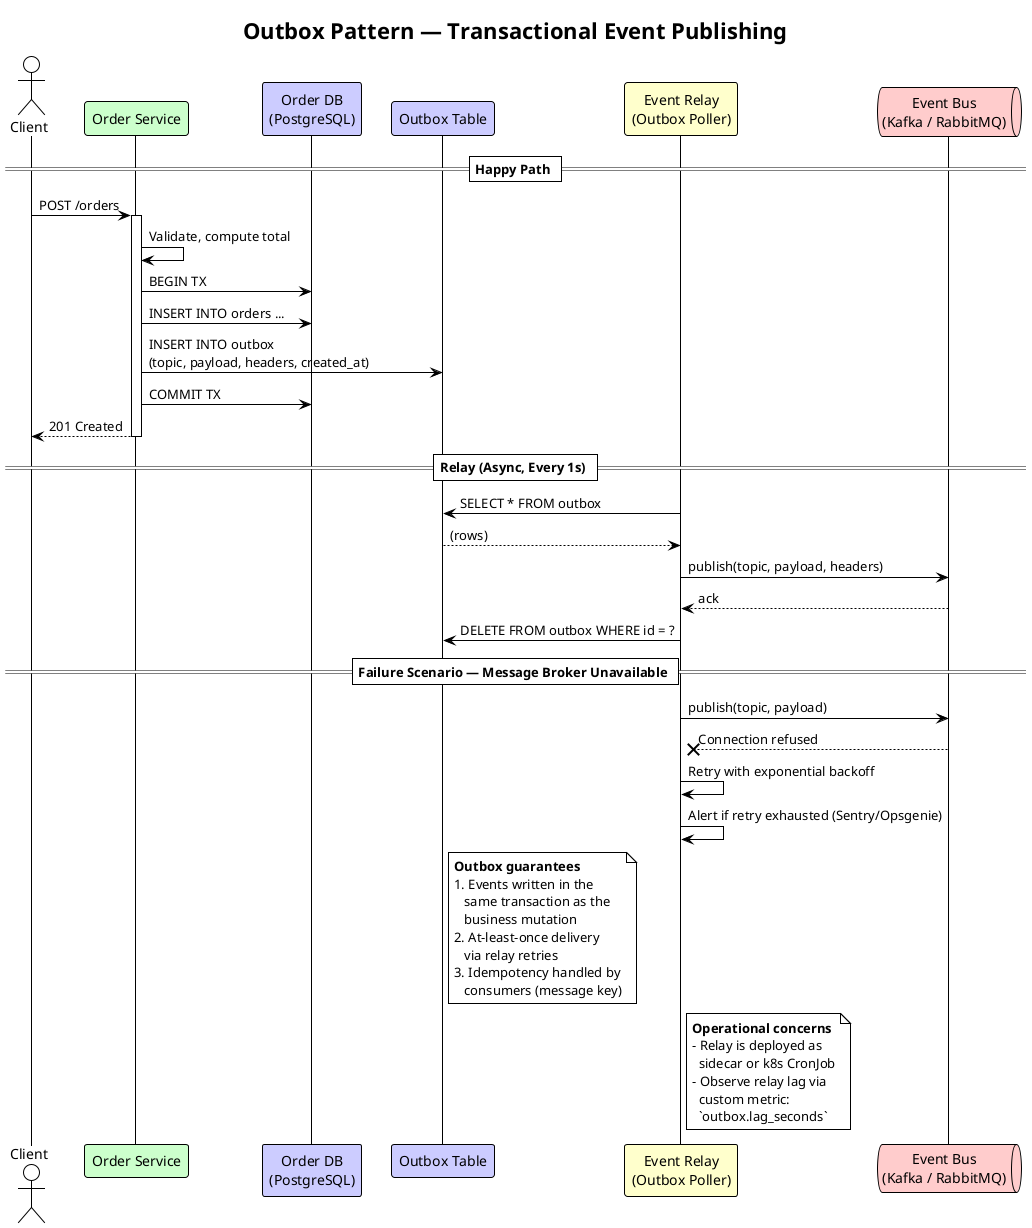
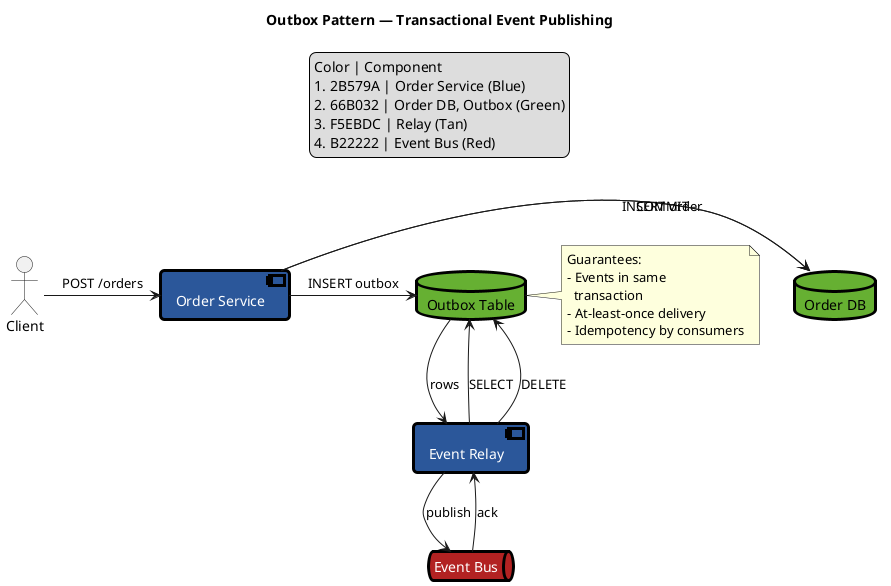
- @startuml OutboxPattern
- !theme plain
- 
+ @startuml
title Outbox Pattern — Transactional Event Publishing

- actor Client
- participant "Order Service" as OS #CCFFCC
- participant "Order DB\n(PostgreSQL)" as DB #CCCCFF
- participant "Outbox Table" as OB #CCCCFF
- participant "Event Relay\n(Outbox Poller)" as Relay #FFFFCC
- queue "Event Bus\n(Kafka / RabbitMQ)" as Bus #FFCCCC
+ actor "Client"
+ component "Order Service"
+ database "Order DB"
+ database "Outbox Table"
+ component "Event Relay"
+ queue "Event Bus"

- == Happy Path ==
- Client -> OS : POST /orders
- activate OS
- OS -> OS : Validate, compute total
- OS -> DB : BEGIN TX
- OS -> DB : INSERT INTO orders ...
- OS -> OB : INSERT INTO outbox\n(topic, payload, headers, created_at)
- OS -> DB : COMMIT TX
- OS --> Client : 201 Created
- deactivate OS
+ ' Color definitions using skinparam blocks
+ skinparam component {
+     BackgroundColor #2B579A
+     FontColor #FFFFFF
+     BorderColor #000000
+     BorderThickness 3
+     RoundCorner 8
+ }

- == Relay (Async, Every 1s) ==
- Relay -> OB : SELECT * FROM outbox
- OB --> Relay : (rows)
- Relay -> Bus : publish(topic, payload, headers)
- Bus --> Relay : ack
- Relay -> OB : DELETE FROM outbox WHERE id = ?
+ skinparam database {
+     BackgroundColor #66B032
+     FontColor #000000
+     BorderColor #000000
+     BorderThickness 3
+     RoundCorner 8
+ }

- == Failure Scenario — Message Broker Unavailable ==
- Relay -> Bus : publish(topic, payload)
- Bus --x Relay : Connection refused
- Relay -> Relay : Retry with exponential backoff
- Relay -> Relay : Alert if retry exhausted (Sentry/Opsgenie)
+ skinparam queue {
+     BackgroundColor #B22222
+     FontColor #FFFFFF
+     BorderColor #000000
+     BorderThickness 3
+     RoundCorner 8
+ }

- note right of OB
-   **Outbox guarantees**
-   1. Events written in the
-      same transaction as the
-      business mutation
-   2. At-least-once delivery
-      via relay retries
-   3. Idempotency handled by
-      consumers (message key)
+ skinparam rectangle {
+     BackgroundColor #F5EBDC
+     FontColor #000000
+     BorderColor #000000
+     BorderThickness 3
+     RoundCorner 8
+ }
+ 
+ ' Main flow
+ Client -> "Order Service" : POST /orders
+ "Order Service" -> "Order DB" : INSERT order
+ "Order Service" -> "Outbox Table" : INSERT outbox
+ "Order Service" -> "Order DB" : COMMIT
+ "Event Relay" -> "Outbox Table" : SELECT
+ "Outbox Table" --> "Event Relay" : rows
+ "Event Relay" -> "Event Bus" : publish
+ "Event Bus" --> "Event Relay" : ack
+ "Event Relay" -> "Outbox Table" : DELETE
+ 
+ note right of "Outbox Table"
+   Guarantees:
+   - Events in same
+     transaction
+   - At-least-once delivery
+   - Idempotency by consumers
end note

- note right of Relay
-   **Operational concerns**
-   - Relay is deployed as
-     sidecar or k8s CronJob
-   - Observe relay lag via
-     custom metric:
-     `outbox.lag_seconds`
- end note
+ legend top
+   Color | Component
+   #2B579A | Order Service (Blue)
+   #66B032 | Order DB, Outbox (Green)
+   #F5EBDC | Relay (Tan)
+   #B22222 | Event Bus (Red)
+ endlegend

@enduml
